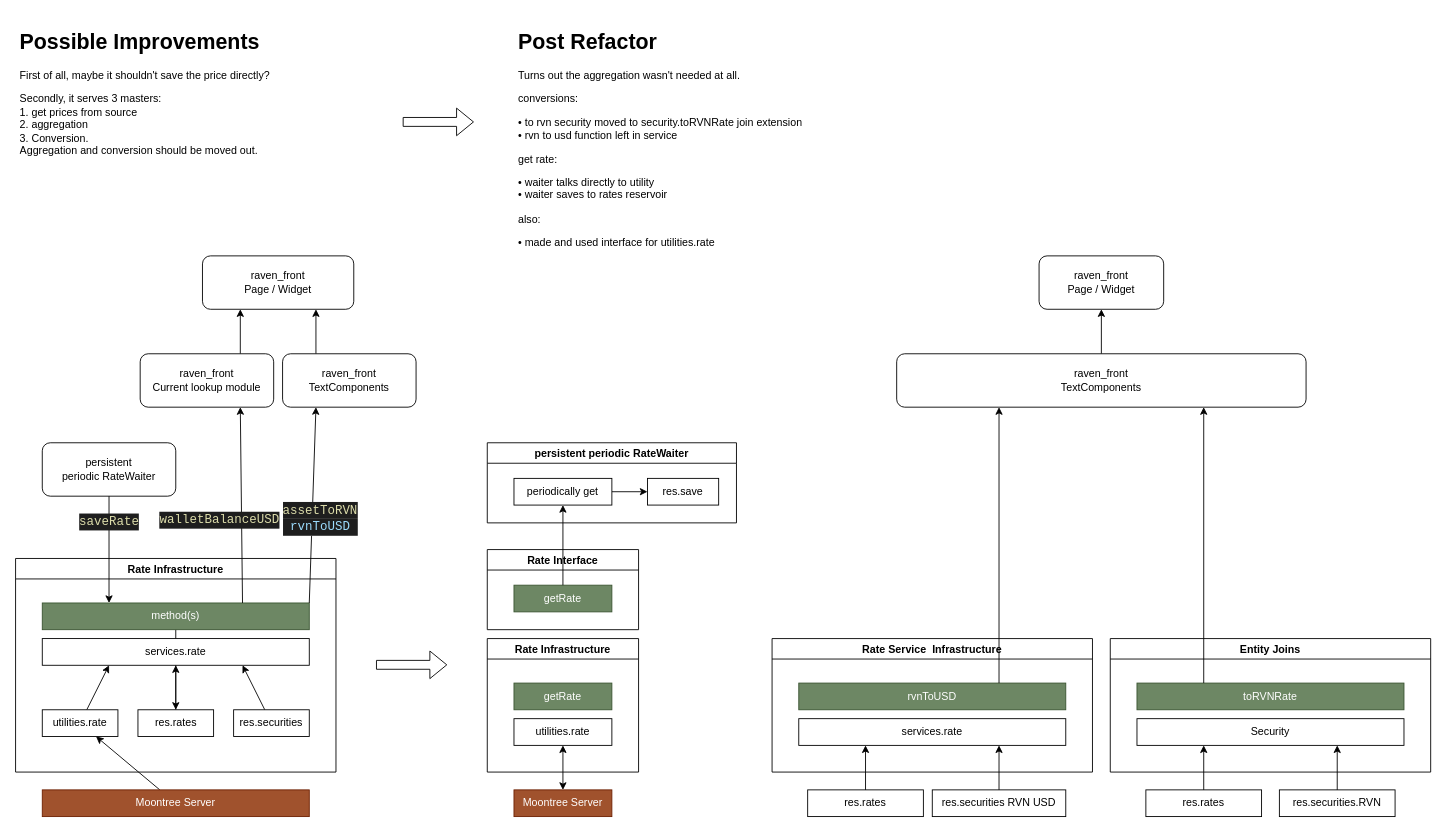
Above: raven_back/docs/diagrams/architecture/interface upgrade proposal.drawio in moontreeapp/moontree (draw.io), before the change. Source tidied: cells renumbered, new cells numbered last; positions are measured from the earlier drawing's top-left corner, leaving out a move shared by most shapes. Both pictures are drawn from the tidied source at 89%, with x=0, y=0 at pixel (15, 24).
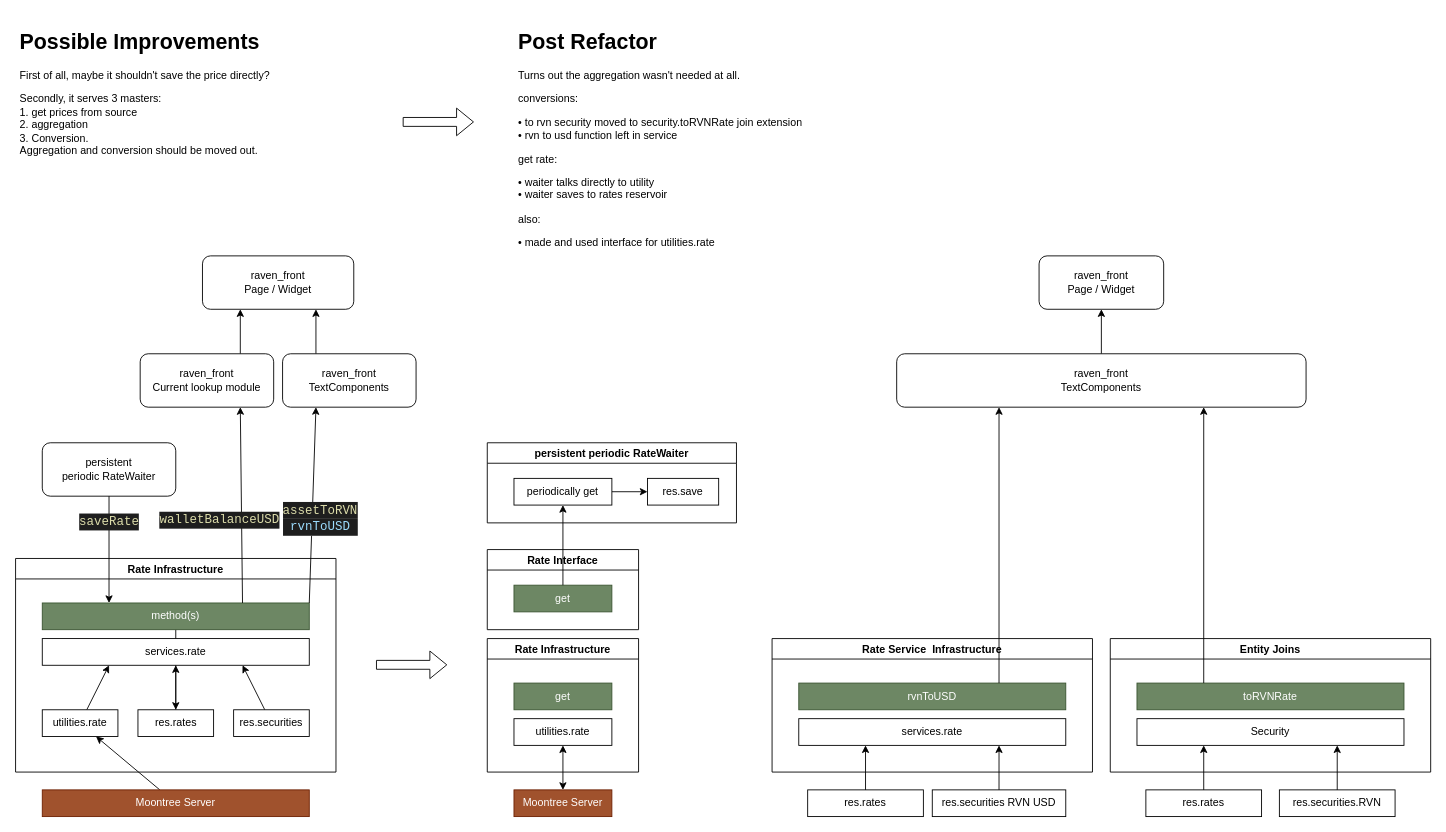
Above is the later version.

Commit message (it also covers changes not shown here):
slight improvements to diagrams

The change refers to these unchanged cells:
```xml
<mxCell id="28" value="Rate Infrastructure" style="swimlane;" parent="1" vertex="1">
  <mxGeometry x="530" y="690" width="170" height="150" as="geometry" />
</mxCell>
<mxCell id="50" value="Rate Interface" style="swimlane;" parent="1" vertex="1">
  <mxGeometry x="530" y="590" width="170" height="90" as="geometry" />
</mxCell>
```

What changed in the source:
```diff
@@
-    <mxCell id="29" value="getRate" style="rounded=0;whiteSpace=wrap;html=1;fillColor=#6d8764;fontColor=#ffffff;strokeColor=#3A5431;" parent="28" vertex="1">
+    <mxCell id="29" value="get" style="rounded=0;whiteSpace=wrap;html=1;fillColor=#6d8764;fontColor=#ffffff;strokeColor=#3A5431;" parent="28" vertex="1">
       <mxGeometry x="30" y="50" width="110" height="30" as="geometry" />
     </mxCell>
@@
-    <mxCell id="51" value="getRate" style="rounded=0;whiteSpace=wrap;html=1;fillColor=#6d8764;fontColor=#ffffff;strokeColor=#3A5431;" parent="50" vertex="1">
+    <mxCell id="51" value="get" style="rounded=0;whiteSpace=wrap;html=1;fillColor=#6d8764;fontColor=#ffffff;strokeColor=#3A5431;" parent="50" vertex="1">
       <mxGeometry x="30" y="40" width="110" height="30" as="geometry" />
     </mxCell>
```
